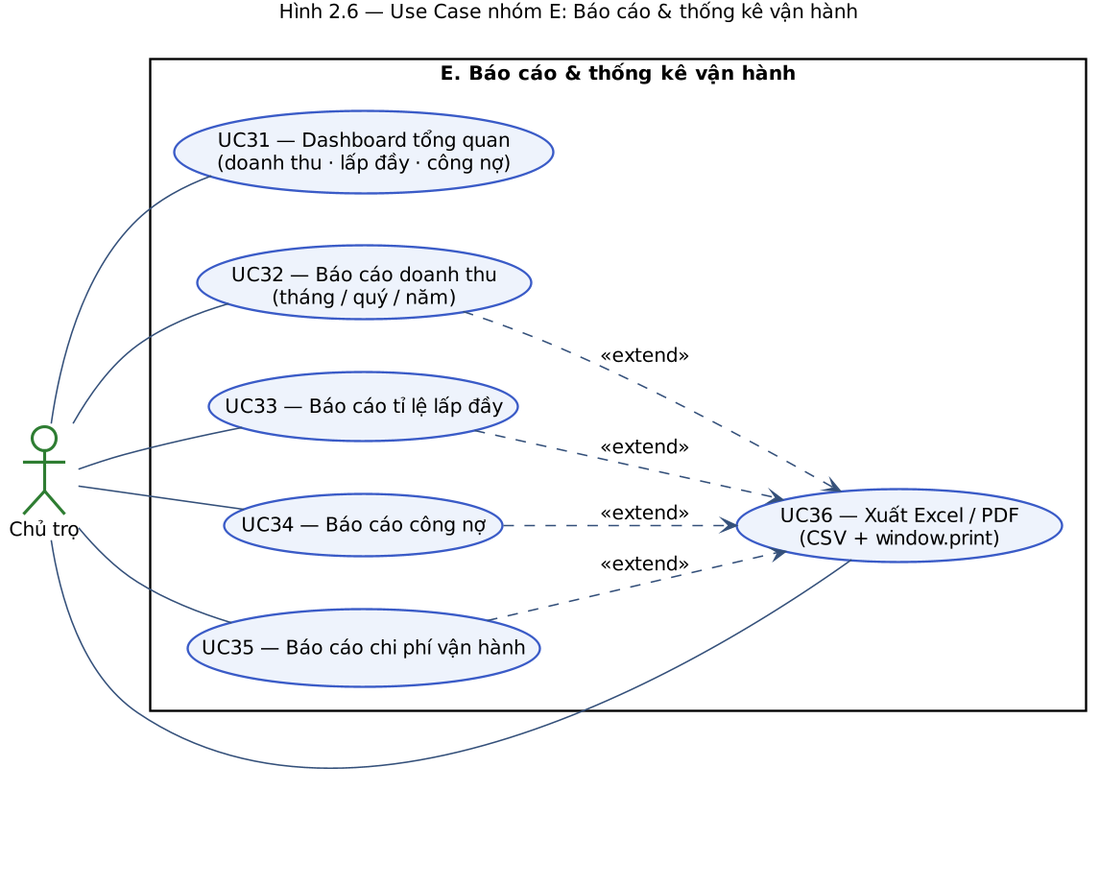
Before: docs/diagrams/png/2.06_uc_report.png, a diagram exported from PlantUML (DiepTuHuy/Hostel_Management).
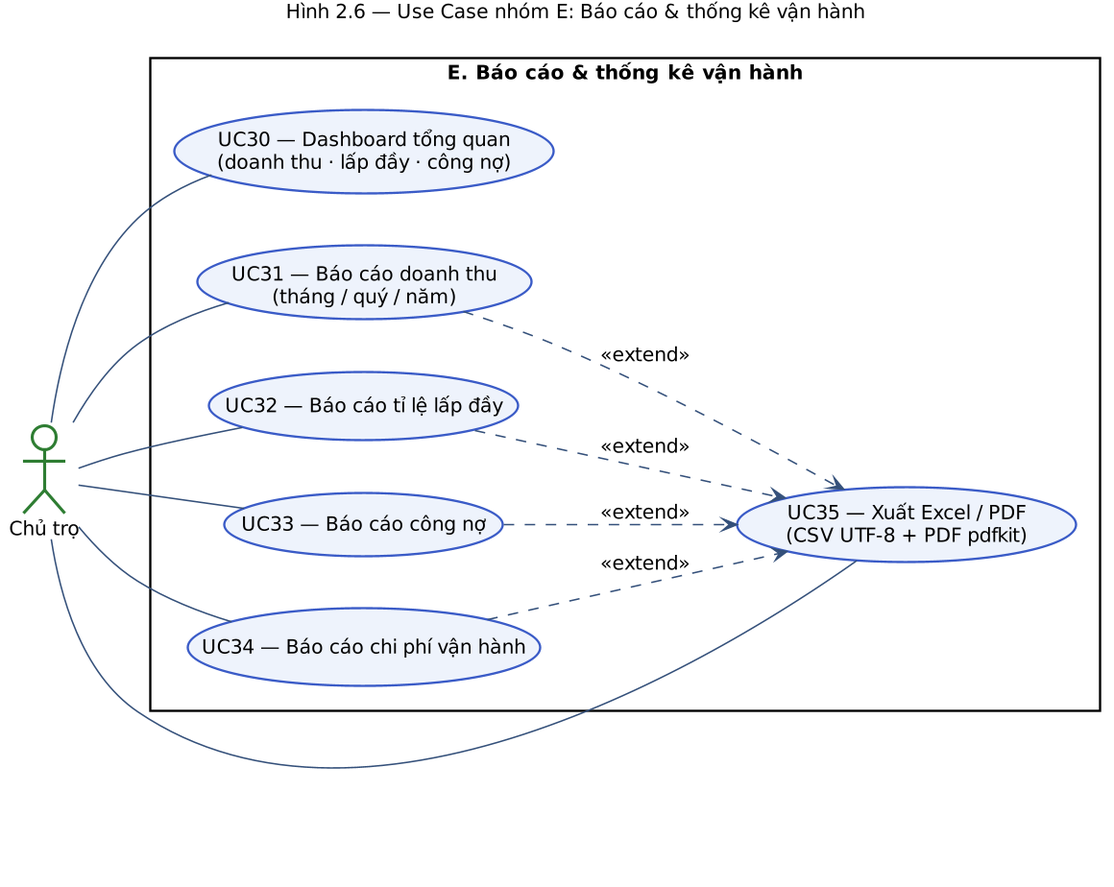
After the change.

Diff of the diagram source:
```diff
@@ -20,12 +20,12 @@
 actor "Chủ trọ" as Owner
 
 rectangle "E. Báo cáo & thống kê vận hành" {
-  usecase "UC31 — Dashboard tổng quan\n(doanh thu · lấp đầy · công nợ)" as E1
-  usecase "UC32 — Báo cáo doanh thu\n(tháng / quý / năm)"  as E2
-  usecase "UC33 — Báo cáo tỉ lệ lấp đầy" as E3
-  usecase "UC34 — Báo cáo công nợ"        as E4
-  usecase "UC35 — Báo cáo chi phí vận hành" as E5
-  usecase "UC36 — Xuất Excel / PDF\n(CSV + window.print)" as E6
+  usecase "UC30 — Dashboard tổng quan\n(doanh thu · lấp đầy · công nợ)" as E1
+  usecase "UC31 — Báo cáo doanh thu\n(tháng / quý / năm)"  as E2
+  usecase "UC32 — Báo cáo tỉ lệ lấp đầy" as E3
+  usecase "UC33 — Báo cáo công nợ"        as E4
+  usecase "UC34 — Báo cáo chi phí vận hành" as E5
+  usecase "UC35 — Xuất Excel / PDF\n(CSV UTF-8 + PDF pdfkit)" as E6
 }
 
 Owner -- E1
```
